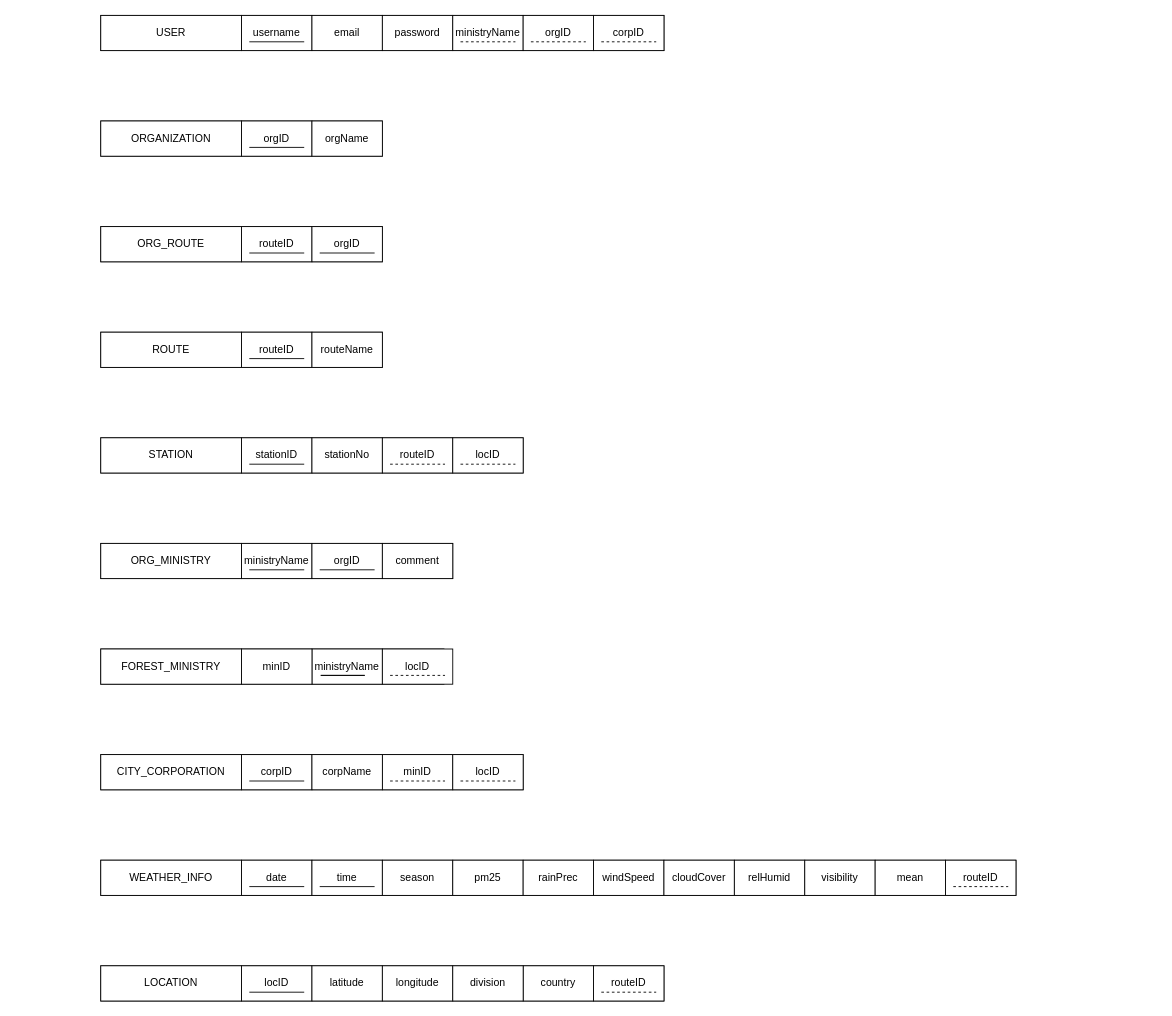
The draw.io diagram z-design/RELATIONAL_SCHEMA.drawio in zorojuro75/CSE303-sec-03-Group-03, before the edit. Source tidied: cells renumbered, new cells numbered last; positions are measured from the earlier drawing's top-left corner, leaving out a move shared by most shapes. Both pictures are drawn from the tidied source at 88%, with x=0, y=0 at pixel (100, 15).
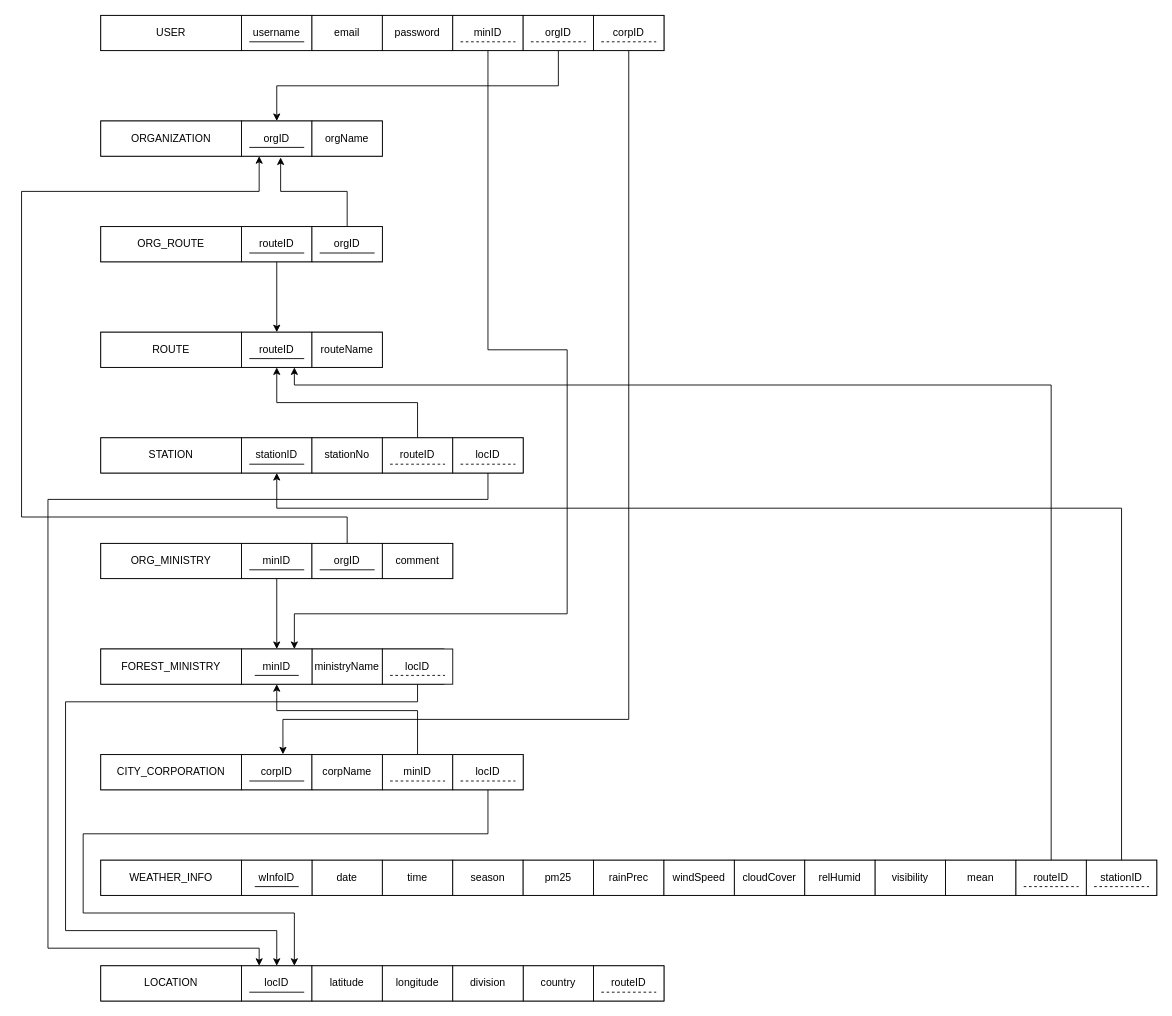
After the change.

Unchanged cells that the change refers to:
```xml
<mxCell id="9" value="orgID" style="rounded=0;whiteSpace=wrap;html=1;" parent="1" vertex="1">
  <mxGeometry x="160" y="120" width="80" height="40" as="geometry" />
</mxCell>
<mxCell id="13" value="routeID" style="rounded=0;whiteSpace=wrap;html=1;" parent="1" vertex="1">
  <mxGeometry x="160" y="360" width="80" height="40" as="geometry" />
</mxCell>
<mxCell id="20" value="stationID" style="rounded=0;whiteSpace=wrap;html=1;" parent="1" vertex="1">
  <mxGeometry x="160" y="480" width="80" height="40" as="geometry" />
</mxCell>
<mxCell id="27" value="locID" style="rounded=0;whiteSpace=wrap;html=1;" parent="1" vertex="1">
  <mxGeometry x="320" y="720" width="80" height="40" as="geometry" />
</mxCell>
<mxCell id="33" value="orgID" style="rounded=0;whiteSpace=wrap;html=1;" parent="1" vertex="1">
  <mxGeometry x="240" y="600" width="80" height="40" as="geometry" />
</mxCell>
<mxCell id="37" value="orgID" style="rounded=0;whiteSpace=wrap;html=1;" parent="1" vertex="1">
  <mxGeometry x="480" width="80" height="40" as="geometry" />
</mxCell>
<mxCell id="41" value="corpID" style="rounded=0;whiteSpace=wrap;html=1;" parent="1" vertex="1">
  <mxGeometry x="160" y="840" width="80" height="40" as="geometry" />
</mxCell>
<mxCell id="43" value="minID" style="rounded=0;whiteSpace=wrap;html=1;" parent="1" vertex="1">
  <mxGeometry x="320" y="840" width="80" height="40" as="geometry" />
</mxCell>
<mxCell id="44" value="locID" style="rounded=0;whiteSpace=wrap;html=1;" parent="1" vertex="1">
  <mxGeometry x="400" y="840" width="80" height="40" as="geometry" />
</mxCell>
<mxCell id="47" value="minID" style="rounded=0;whiteSpace=wrap;html=1;" parent="1" vertex="1">
  <mxGeometry x="160" y="720" width="80" height="40" as="geometry" />
</mxCell>
<mxCell id="55" value="locID" style="rounded=0;whiteSpace=wrap;html=1;" parent="1" vertex="1">
  <mxGeometry x="160" y="1080" width="80" height="40" as="geometry" />
</mxCell>
<mxCell id="70" value="corpID" style="rounded=0;whiteSpace=wrap;html=1;" parent="1" vertex="1">
  <mxGeometry x="560" width="80" height="40" as="geometry" />
</mxCell>
<mxCell id="74" value="routeID" style="rounded=0;whiteSpace=wrap;html=1;" parent="1" vertex="1">
  <mxGeometry x="160" y="240" width="80" height="40" as="geometry" />
</mxCell>
<mxCell id="75" value="orgID" style="rounded=0;whiteSpace=wrap;html=1;" parent="1" vertex="1">
  <mxGeometry x="240" y="240" width="80" height="40" as="geometry" />
</mxCell>
<mxCell id="78" value="routeID" style="rounded=0;whiteSpace=wrap;html=1;" parent="1" vertex="1">
  <mxGeometry x="320" y="480" width="80" height="40" as="geometry" />
</mxCell>
<mxCell id="80" value="locID" style="rounded=0;whiteSpace=wrap;html=1;" parent="1" vertex="1">
  <mxGeometry x="400" y="480" width="80" height="40" as="geometry" />
</mxCell>
```

Change to the diagram source:
```diff
@@
-    <mxCell id="25" style="endArrow=none;html=1;rounded=0;" parent="1" edge="1">
-      <mxGeometry relative="1" as="geometry">
-        <mxPoint x="250" y="750" as="sourcePoint" />
-        <mxPoint x="250" y="750" as="targetPoint" />
-        <Array as="points">
-          <mxPoint x="300" y="750" />
-        </Array>
-      </mxGeometry>
-    </mxCell>
@@
+    <mxCell id="88" style="edgeStyle=orthogonalEdgeStyle;rounded=0;jettySize=auto;html=1;exitX=0.5;exitY=1;exitDx=0;exitDy=0;entryX=0.5;entryY=0;entryDx=0;entryDy=0;" parent="1" edge="1" source="27" target="55">
+      <mxGeometry relative="1" as="geometry">
+        <Array as="points">
+          <mxPoint x="360" y="780" />
+          <mxPoint x="-40" y="780" />
+          <mxPoint x="-40" y="1040" />
+          <mxPoint x="200" y="1040" />
+        </Array>
+      </mxGeometry>
+    </mxCell>
@@
+    <mxCell id="89" style="edgeStyle=orthogonalEdgeStyle;rounded=0;jettySize=auto;html=1;exitX=0.5;exitY=1;exitDx=0;exitDy=0;entryX=0.5;entryY=0;entryDx=0;entryDy=0;" parent="1" edge="1" source="31" target="47">
+      <mxGeometry relative="1" as="geometry" />
+    </mxCell>
-    <mxCell id="31" value="ministryName" style="rounded=0;whiteSpace=wrap;html=1;" parent="1" vertex="1">
+    <mxCell id="31" value="minID" style="rounded=0;whiteSpace=wrap;html=1;" parent="1" vertex="1">
       <mxGeometry x="160" y="600" width="80" height="40" as="geometry" />
     </mxCell>
@@
+    <mxCell id="90" style="edgeStyle=orthogonalEdgeStyle;rounded=0;jettySize=auto;html=1;exitX=0.5;exitY=0;exitDx=0;exitDy=0;entryX=0.25;entryY=1;entryDx=0;entryDy=0;" parent="1" edge="1" source="33" target="9">
+      <mxGeometry relative="1" as="geometry">
+        <Array as="points">
+          <mxPoint x="280" y="570" />
+          <mxPoint x="-90" y="570" />
+          <mxPoint x="-90" y="200" />
+          <mxPoint x="180" y="200" />
+        </Array>
+      </mxGeometry>
+    </mxCell>
@@
+    <mxCell id="91" style="edgeStyle=orthogonalEdgeStyle;rounded=0;jettySize=auto;html=1;exitX=0.5;exitY=1;exitDx=0;exitDy=0;entryX=0.75;entryY=0;entryDx=0;entryDy=0;" parent="1" edge="1" source="35" target="47">
+      <mxGeometry relative="1" as="geometry">
+        <Array as="points">
+          <mxPoint x="440" y="380" />
+          <mxPoint x="530" y="380" />
+          <mxPoint x="530" y="680" />
+          <mxPoint x="220" y="680" />
+        </Array>
+      </mxGeometry>
+    </mxCell>
-    <mxCell id="35" value="ministryName" style="rounded=0;whiteSpace=wrap;html=1;" parent="1" vertex="1">
+    <mxCell id="35" value="minID" style="rounded=0;whiteSpace=wrap;html=1;" parent="1" vertex="1">
       <mxGeometry x="400" width="80" height="40" as="geometry" />
     </mxCell>
@@
+    <mxCell id="92" style="edgeStyle=orthogonalEdgeStyle;rounded=0;jettySize=auto;html=1;exitX=0.5;exitY=1;exitDx=0;exitDy=0;entryX=0.5;entryY=0;entryDx=0;entryDy=0;" parent="1" edge="1" source="37" target="9">
+      <mxGeometry relative="1" as="geometry" />
+    </mxCell>
@@
+    <mxCell id="93" style="edgeStyle=orthogonalEdgeStyle;rounded=0;jettySize=auto;html=1;exitX=0.5;exitY=0;exitDx=0;exitDy=0;entryX=0.5;entryY=1;entryDx=0;entryDy=0;" parent="1" edge="1" source="43" target="47">
+      <mxGeometry relative="1" as="geometry">
+        <Array as="points">
+          <mxPoint x="360" y="790" />
+          <mxPoint x="200" y="790" />
+        </Array>
+      </mxGeometry>
+    </mxCell>
@@
+    <mxCell id="94" style="edgeStyle=orthogonalEdgeStyle;rounded=0;jettySize=auto;html=1;exitX=0.5;exitY=1;exitDx=0;exitDy=0;entryX=0.75;entryY=0;entryDx=0;entryDy=0;" parent="1" edge="1" source="44" target="55">
+      <mxGeometry relative="1" as="geometry">
+        <Array as="points">
+          <mxPoint x="440" y="930" />
+          <mxPoint x="-20" y="930" />
+          <mxPoint x="-20" y="1020" />
+          <mxPoint x="220" y="1020" />
+        </Array>
+      </mxGeometry>
+    </mxCell>
@@
     <mxCell id="48" style="rounded=0;whiteSpace=wrap;html=1;" parent="1" vertex="1">
-      <mxGeometry y="960" width="1040" height="40" as="geometry" />
+      <mxGeometry y="960" width="1200" height="40" as="geometry" />
     </mxCell>
@@
     <mxCell id="50" value="date" style="rounded=0;whiteSpace=wrap;html=1;" parent="1" vertex="1">
-      <mxGeometry x="160" y="960" width="80" height="40" as="geometry" />
+      <mxGeometry x="240" y="960" width="80" height="40" as="geometry" />
     </mxCell>
-    <mxCell id="51" style="endArrow=none;html=1;rounded=0;" parent="1" edge="1">
-      <mxGeometry relative="1" as="geometry">
-        <mxPoint x="168.8" y="990" as="sourcePoint" />
-        <mxPoint x="231.2" y="990" as="targetPoint" />
-      </mxGeometry>
-    </mxCell>
     <mxCell id="52" value="time" style="rounded=0;whiteSpace=wrap;html=1;" parent="1" vertex="1">
-      <mxGeometry x="240" y="960" width="80" height="40" as="geometry" />
+      <mxGeometry x="320" y="960" width="80" height="40" as="geometry" />
     </mxCell>
@@
-    <mxCell id="61" style="endArrow=none;html=1;rounded=0;" parent="1" edge="1">
-      <mxGeometry relative="1" as="geometry">
-        <mxPoint x="248.8" y="990" as="sourcePoint" />
-        <mxPoint x="311.2" y="990" as="targetPoint" />
-      </mxGeometry>
-    </mxCell>
     <mxCell id="62" value="season" style="rounded=0;whiteSpace=wrap;html=1;" parent="1" vertex="1">
-      <mxGeometry x="320" y="960" width="80" height="40" as="geometry" />
+      <mxGeometry x="400" y="960" width="80" height="40" as="geometry" />
     </mxCell>
     <mxCell id="63" value="pm25" style="rounded=0;whiteSpace=wrap;html=1;" parent="1" vertex="1">
-      <mxGeometry x="400" y="960" width="80" height="40" as="geometry" />
+      <mxGeometry x="480" y="960" width="80" height="40" as="geometry" />
     </mxCell>
     <mxCell id="64" value="rainPrec" style="rounded=0;whiteSpace=wrap;html=1;" parent="1" vertex="1">
-      <mxGeometry x="480" y="960" width="80" height="40" as="geometry" />
+      <mxGeometry x="560" y="960" width="80" height="40" as="geometry" />
     </mxCell>
     <mxCell id="65" value="windSpeed" style="rounded=0;whiteSpace=wrap;html=1;" parent="1" vertex="1">
-      <mxGeometry x="560" y="960" width="80" height="40" as="geometry" />
+      <mxGeometry x="640" y="960" width="80" height="40" as="geometry" />
     </mxCell>
     <mxCell id="66" value="cloudCover" style="rounded=0;whiteSpace=wrap;html=1;" parent="1" vertex="1">
-      <mxGeometry x="640" y="960" width="80" height="40" as="geometry" />
+      <mxGeometry x="720" y="960" width="80" height="40" as="geometry" />
     </mxCell>
     <mxCell id="67" value="relHumid" style="rounded=0;whiteSpace=wrap;html=1;" parent="1" vertex="1">
-      <mxGeometry x="720" y="960" width="80" height="40" as="geometry" />
+      <mxGeometry x="800" y="960" width="80" height="40" as="geometry" />
     </mxCell>
     <mxCell id="68" value="visibility" style="rounded=0;whiteSpace=wrap;html=1;" parent="1" vertex="1">
-      <mxGeometry x="800" y="960" width="80" height="40" as="geometry" />
+      <mxGeometry x="880" y="960" width="80" height="40" as="geometry" />
     </mxCell>
     <mxCell id="69" value="mean" style="rounded=0;whiteSpace=wrap;html=1;" parent="1" vertex="1">
-      <mxGeometry x="880" y="960" width="80" height="40" as="geometry" />
+      <mxGeometry x="960" y="960" width="80" height="40" as="geometry" />
     </mxCell>
+    <mxCell id="95" style="edgeStyle=orthogonalEdgeStyle;rounded=0;jettySize=auto;html=1;exitX=0.5;exitY=1;exitDx=0;exitDy=0;entryX=0.588;entryY=-0.008;entryDx=0;entryDy=0;entryPerimeter=0;" parent="1" edge="1" source="70" target="41">
+      <mxGeometry relative="1" as="geometry">
+        <Array as="points">
+          <mxPoint x="600" y="800" />
+          <mxPoint x="207" y="800" />
+        </Array>
+      </mxGeometry>
+    </mxCell>
@@
+    <mxCell id="96" style="edgeStyle=orthogonalEdgeStyle;rounded=0;jettySize=auto;html=1;exitX=0.5;exitY=1;exitDx=0;exitDy=0;entryX=0.5;entryY=0;entryDx=0;entryDy=0;" parent="1" edge="1" source="74" target="13">
+      <mxGeometry relative="1" as="geometry" />
+    </mxCell>
@@
+    <mxCell id="97" style="edgeStyle=orthogonalEdgeStyle;rounded=0;jettySize=auto;html=1;exitX=0.5;exitY=0;exitDx=0;exitDy=0;entryX=0.555;entryY=1.036;entryDx=0;entryDy=0;entryPerimeter=0;" parent="1" edge="1" source="75" target="9">
+      <mxGeometry relative="1" as="geometry" />
+    </mxCell>
@@
+    <mxCell id="98" style="edgeStyle=orthogonalEdgeStyle;rounded=0;jettySize=auto;html=1;exitX=0.5;exitY=0;exitDx=0;exitDy=0;entryX=0.5;entryY=1;entryDx=0;entryDy=0;" parent="1" edge="1" source="78" target="13">
+      <mxGeometry relative="1" as="geometry" />
+    </mxCell>
@@
+    <mxCell id="99" style="edgeStyle=orthogonalEdgeStyle;rounded=0;jettySize=auto;html=1;exitX=0.5;exitY=1;exitDx=0;exitDy=0;entryX=0.25;entryY=0;entryDx=0;entryDy=0;" parent="1" edge="1" source="80" target="55">
+      <mxGeometry relative="1" as="geometry">
+        <Array as="points">
+          <mxPoint x="440" y="550" />
+          <mxPoint x="-60" y="550" />
+          <mxPoint x="-60" y="1060" />
+          <mxPoint x="180" y="1060" />
+        </Array>
+      </mxGeometry>
+    </mxCell>
@@
+    <mxCell id="100" style="edgeStyle=orthogonalEdgeStyle;rounded=0;jettySize=auto;html=1;exitX=0.5;exitY=0;exitDx=0;exitDy=0;entryX=0.75;entryY=1;entryDx=0;entryDy=0;" parent="1" edge="1" source="84" target="13">
+      <mxGeometry relative="1" as="geometry">
+        <Array as="points">
+          <mxPoint x="1080" y="420" />
+          <mxPoint x="220" y="420" />
+        </Array>
+      </mxGeometry>
+    </mxCell>
     <mxCell id="84" value="routeID" style="rounded=0;whiteSpace=wrap;html=1;" parent="1" vertex="1">
-      <mxGeometry x="960" y="960" width="80" height="40" as="geometry" />
+      <mxGeometry x="1040" y="960" width="80" height="40" as="geometry" />
     </mxCell>
     <mxCell id="85" style="endArrow=none;html=1;rounded=0;dashed=1;" parent="1" edge="1">
       <mxGeometry relative="1" as="geometry">
-        <mxPoint x="968.8" y="990" as="sourcePoint" />
-        <mxPoint x="1031.2" y="990" as="targetPoint" />
+        <mxPoint x="1048.8" y="990" as="sourcePoint" />
+        <mxPoint x="1111.2" y="990" as="targetPoint" />
       </mxGeometry>
     </mxCell>
+    <mxCell id="101" value="wInfoID" style="rounded=0;whiteSpace=wrap;html=1;" parent="1" vertex="1">
+      <mxGeometry x="160" y="960" width="80" height="40" as="geometry" />
+    </mxCell>
@@
+    <mxCell id="102" style="endArrow=none;html=1;rounded=0;" parent="1" edge="1">
+      <mxGeometry relative="1" as="geometry">
+        <mxPoint x="175" y="990" as="sourcePoint" />
+        <mxPoint x="225" y="990" as="targetPoint" />
+      </mxGeometry>
+    </mxCell>
+    <mxCell id="103" style="endArrow=none;html=1;rounded=0;" parent="1" edge="1">
+      <mxGeometry relative="1" as="geometry">
+        <mxPoint x="175" y="750" as="sourcePoint" />
+        <mxPoint x="225" y="750" as="targetPoint" />
+      </mxGeometry>
+    </mxCell>
+    <mxCell id="104" style="edgeStyle=orthogonalEdgeStyle;rounded=0;jettySize=auto;html=1;exitX=0.5;exitY=0;exitDx=0;exitDy=0;entryX=0.5;entryY=1;entryDx=0;entryDy=0;" parent="1" edge="1" source="105" target="20">
+      <mxGeometry relative="1" as="geometry">
+        <Array as="points">
+          <mxPoint x="1160" y="560" />
+          <mxPoint x="200" y="560" />
+        </Array>
+      </mxGeometry>
+    </mxCell>
+    <mxCell id="105" value="stationID" style="rounded=0;whiteSpace=wrap;html=1;" parent="1" vertex="1">
+      <mxGeometry x="1120" y="960" width="80" height="40" as="geometry" />
+    </mxCell>
+    <mxCell id="106" style="endArrow=none;html=1;rounded=0;dashed=1;" parent="1" edge="1">
+      <mxGeometry relative="1" as="geometry">
+        <mxPoint x="1128.8" y="990" as="sourcePoint" />
+        <mxPoint x="1191.2" y="990" as="targetPoint" />
+      </mxGeometry>
+    </mxCell>
```
